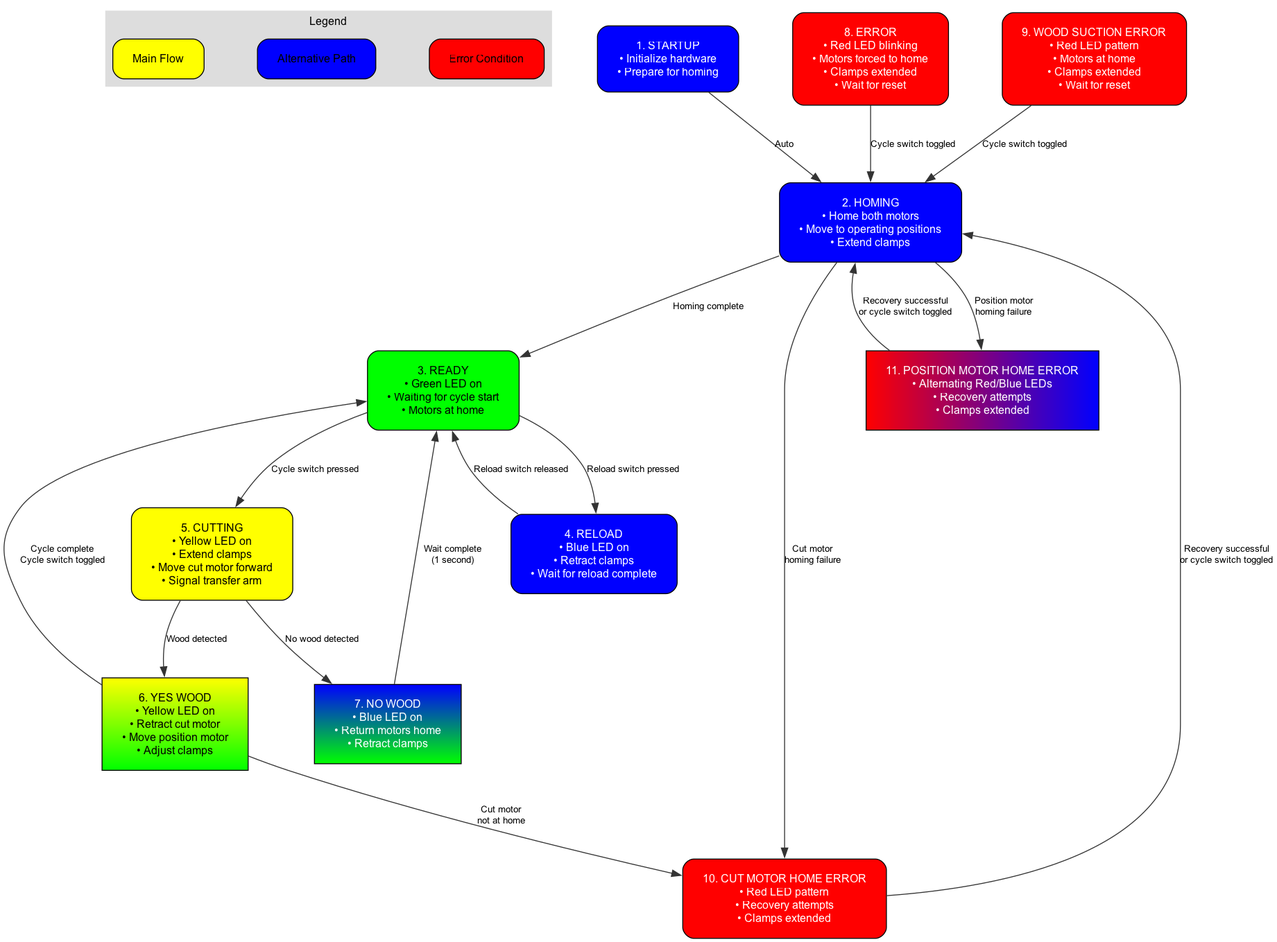
The Graphviz diagram flowcharts/cutting_machine_flowchart.png in akivaweil/Stage-1-Mar25, before a commit. Its source is kept beside it as flowcharts/cutting_machine_flowchart.dot.
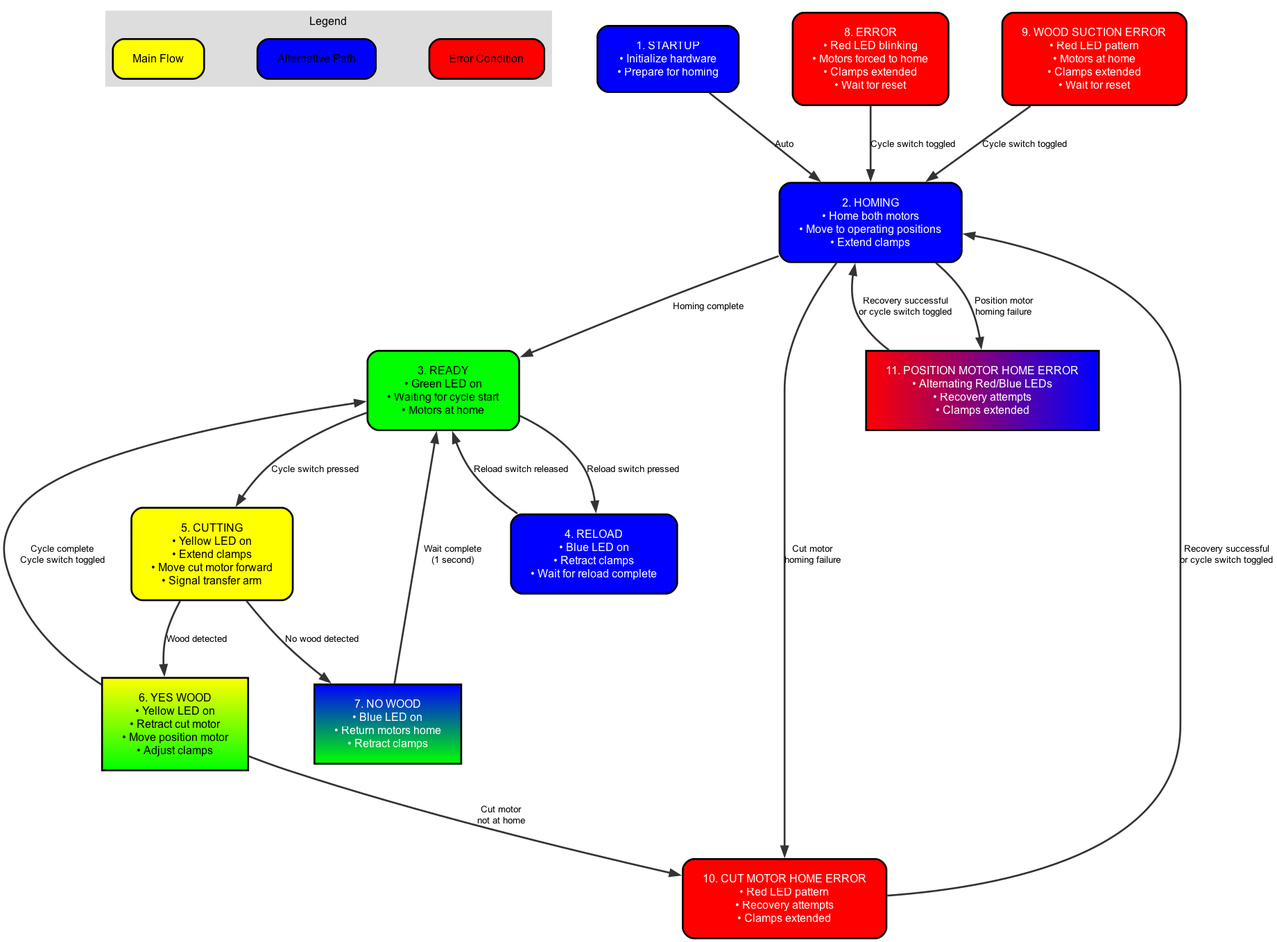
After the change.

Commit message:
Updated flowchart with thicker arrows and borders

The edit, as a diff of the source:
```diff
@@ -1,4 +1,4 @@
-digraph StateMachine { graph [rankdir=TB, fontname="Arial", splines=true, nodesep=0.8, ranksep=1.0]; node [shape=rect, style=rounded, fontname="Arial", fontsize=12, style="filled,rounded", margin="0.3,0.2"]; edge [fontname="Arial", fontsize=10, color="#333333"]; subgraph cluster_legend { label="Legend"; style=filled; color="#DDDDDD"; fontname="Arial"; fontsize=12; legend_main [label="Main Flow", fillcolor="#FFFF00", style="filled,rounded"]; legend_alt [label="Alternative Path", fillcolor="#0000FF", style="filled,rounded"]; legend_error [label="Error Condition", fillcolor="#FF0000", style="filled,rounded"]; } START [label="1. STARTUP
+digraph StateMachine { graph [rankdir=TB, fontname="Arial", splines=true, nodesep=0.8, ranksep=1.0]; node [shape=rect, style=rounded, fontname="Arial", fontsize=12, style="filled,rounded", margin="0.3,0.2", penwidth=2.0]; edge [fontname="Arial", fontsize=10, color="#333333", penwidth=2.0]; subgraph cluster_legend { label="Legend"; style=filled; color="#DDDDDD"; fontname="Arial"; fontsize=12; legend_main [label="Main Flow", fillcolor="#FFFF00", style="filled,rounded"]; legend_alt [label="Alternative Path", fillcolor="#0000FF", style="filled,rounded"]; legend_error [label="Error Condition", fillcolor="#FF0000", style="filled,rounded"]; } START [label="1. STARTUP
 • Initialize hardware
 • Prepare for homing", fillcolor="#0000FF", fontcolor="white"]; HOMING [label="2. HOMING
 • Home both motors
```
